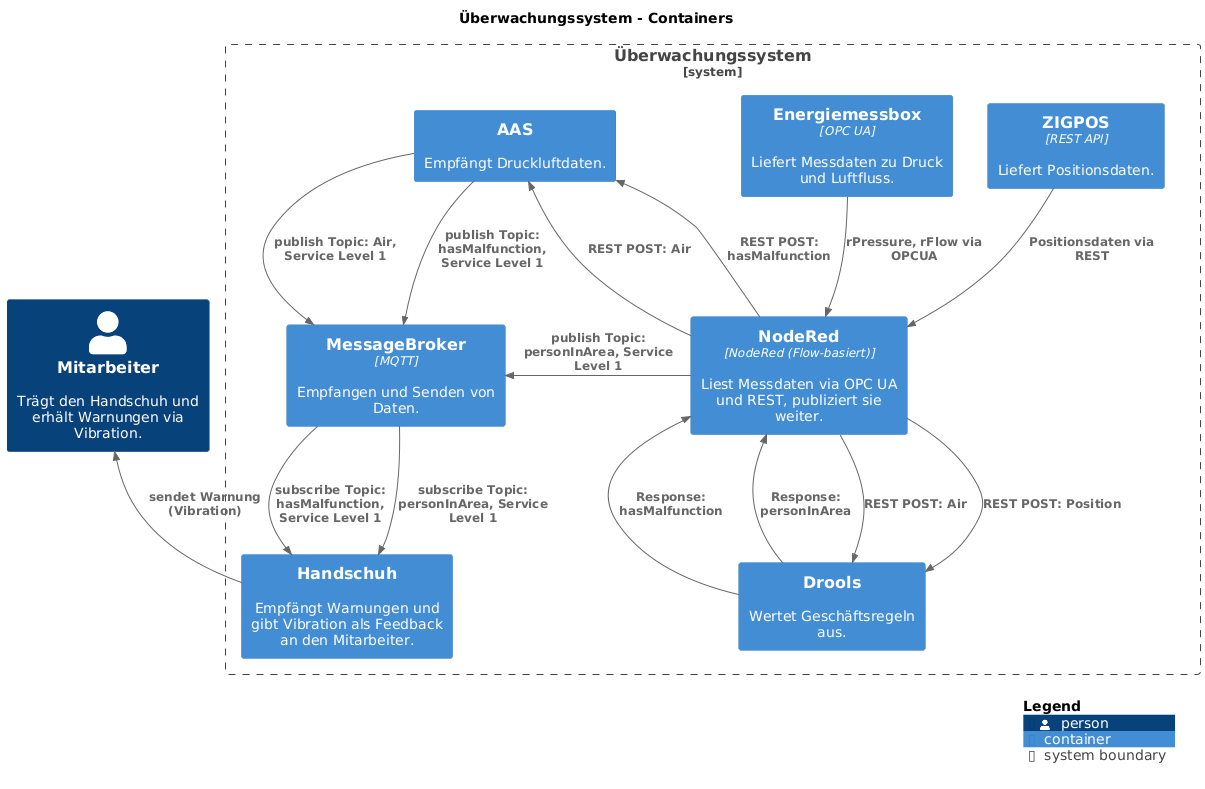
Earlier version of the PlantUML export datenfluss.png (a-schulz/bpa-energiemessbox). Source of this version:
```plantuml
@startuml
set separator none

title Überwachungssystem - Containers

!include <C4/C4>
!include <C4/C4_Context>
!include <C4/C4_Container>

Person(Mitarbeiter, "Mitarbeiter", $descr="Trägt den Handschuh und erhält Warnungen via Vibration.", $tags="", $link="")

System_Boundary("Überwachungssystem_boundary", "Überwachungssystem", $tags="") {
  Container(Überwachungssystem.Energiemessbox, "Energiemessbox", $techn="OPC UA", $descr="Liefert Messdaten zu Druck und Luftfluss.", $tags="", $link="")
  Container(Überwachungssystem.NodeRed, "NodeRed", $techn="NodeRed (Flow-basiert)", $descr="Liest Messdaten via OPC UA und REST, publiziert sie weiter.", $tags="", $link="")
  Container(Überwachungssystem.ZIGPOS, "ZIGPOS", $techn="REST API", $descr="Liefert Positionsdaten.", $tags="", $link="")
  Container(Überwachungssystem.MessageBroker, "MessageBroker", $techn="MQTT", $descr="Empfangen und Senden von Daten.", $tags="", $link="")
  Container(Überwachungssystem.Handschuh, "Handschuh", $techn="", $descr="Empfängt Warnungen und gibt Vibration als Feedback an den Mitarbeiter.", $tags="", $link="")
  Container(Überwachungssystem.AAS, "AAS", $techn="", $descr="Empfängt Druckluftdaten.", $tags="", $link="")
  Container(Überwachungssystem.Drools, "Drools", $techn="", $descr="Wertet Geschäftsregeln aus.", $tags="", $link="")
}

Rel(Überwachungssystem.Energiemessbox, Überwachungssystem.NodeRed, "rPressure, rFlow via OPCUA", $techn="", $tags="", $link="")
Rel(Überwachungssystem.ZIGPOS, Überwachungssystem.NodeRed, "Positionsdaten via REST", $techn="", $tags="", $link="")

Rel(Überwachungssystem.NodeRed, Überwachungssystem.Drools, "REST POST: Air", $techn="", $tags="", $link="")
Rel(Überwachungssystem.Drools, Überwachungssystem.NodeRed, "Response: hasMalfunction", $techn="", $tags="", $link="")

Rel(Überwachungssystem.NodeRed, Überwachungssystem.Drools, "REST POST: Position", $techn="", $tags="", $link="")
Rel(Überwachungssystem.Drools, Überwachungssystem.NodeRed, "Response: personInArea", $techn="", $tags="", $link="")

Rel_L(Überwachungssystem.NodeRed, Überwachungssystem.AAS, "REST POST: Air", $techn="", $tags="", $link="")
Rel_L(Überwachungssystem.NodeRed, Überwachungssystem.AAS, "REST POST: hasMalfunction", $techn="", $tags="", $link="")

Rel_L(Überwachungssystem.NodeRed, Überwachungssystem.MessageBroker, "publish Topic: personInArea, Service Level 1", $techn="", $tags="", $link="")

Rel(Überwachungssystem.AAS, Überwachungssystem.MessageBroker, "publish Topic: Air, Service Level 1", $techn="", $tags="", $link="")
Rel(Überwachungssystem.AAS, Überwachungssystem.MessageBroker, "publish Topic: hasMalfunction, Service Level 1", $techn="", $tags="", $link="")

Rel(Überwachungssystem.MessageBroker, Überwachungssystem.Handschuh, "subscribe Topic: hasMalfunction, Service Level 1", $techn="", $tags="", $link="")
Rel(Überwachungssystem.MessageBroker, Überwachungssystem.Handschuh, "subscribe Topic: personInArea, Service Level 1", $techn="", $tags="", $link="")

Rel_U(Überwachungssystem.Handschuh, Mitarbeiter, "sendet Warnung (Vibration)", $techn="", $tags="", $link="")

SHOW_LEGEND(true)
@enduml
```
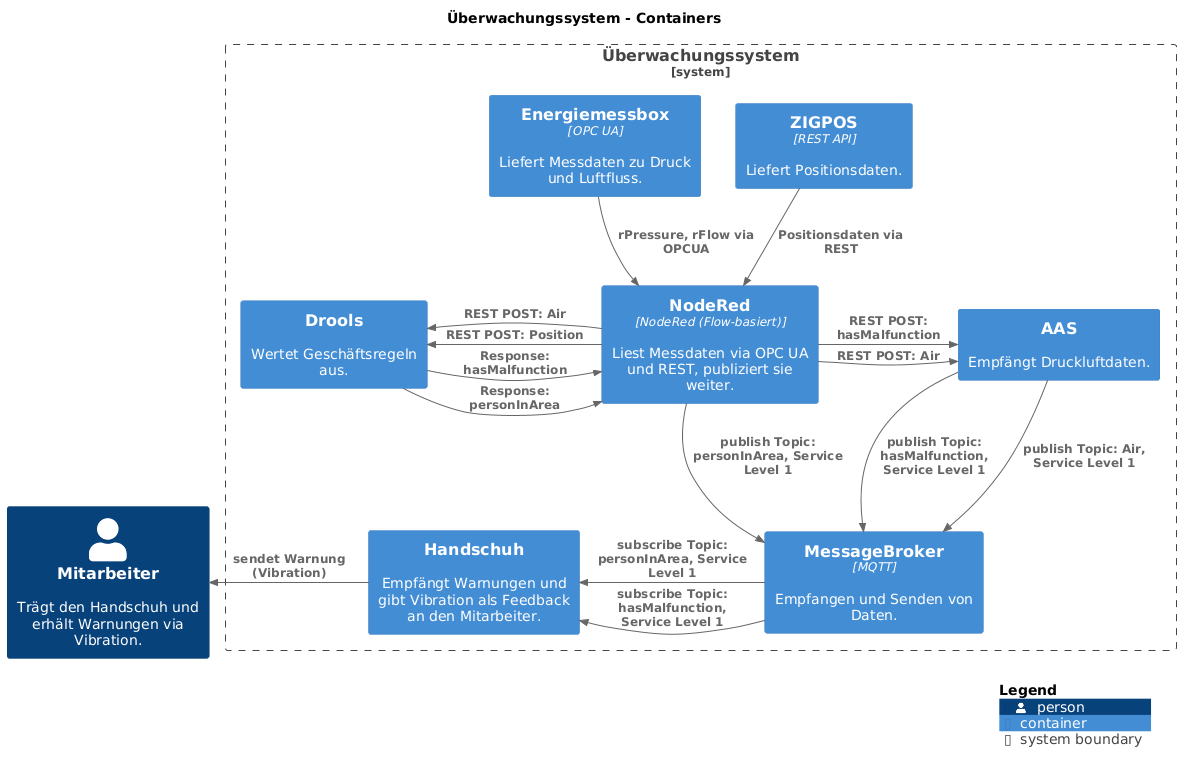
The same file after the commit.

Diff of the diagram source:
```diff
@@ -22,24 +22,24 @@
 Rel(Überwachungssystem.Energiemessbox, Überwachungssystem.NodeRed, "rPressure, rFlow via OPCUA", $techn="", $tags="", $link="")
 Rel(Überwachungssystem.ZIGPOS, Überwachungssystem.NodeRed, "Positionsdaten via REST", $techn="", $tags="", $link="")
 
-Rel(Überwachungssystem.NodeRed, Überwachungssystem.Drools, "REST POST: Air", $techn="", $tags="", $link="")
-Rel(Überwachungssystem.Drools, Überwachungssystem.NodeRed, "Response: hasMalfunction", $techn="", $tags="", $link="")
+Rel_L(Überwachungssystem.NodeRed, Überwachungssystem.Drools, "REST POST: Air", $techn="", $tags="", $link="")
+Rel_R(Überwachungssystem.Drools, Überwachungssystem.NodeRed, "Response: hasMalfunction", $techn="", $tags="", $link="")
 
-Rel(Überwachungssystem.NodeRed, Überwachungssystem.Drools, "REST POST: Position", $techn="", $tags="", $link="")
-Rel(Überwachungssystem.Drools, Überwachungssystem.NodeRed, "Response: personInArea", $techn="", $tags="", $link="")
+Rel_L(Überwachungssystem.NodeRed, Überwachungssystem.Drools, "REST POST: Position", $techn="", $tags="", $link="")
+Rel_R(Überwachungssystem.Drools, Überwachungssystem.NodeRed, "Response: personInArea", $techn="", $tags="", $link="")
 
-Rel_L(Überwachungssystem.NodeRed, Überwachungssystem.AAS, "REST POST: Air", $techn="", $tags="", $link="")
+Rel_R(Überwachungssystem.NodeRed, Überwachungssystem.AAS, "REST POST: Air", $techn="", $tags="", $link="")
 Rel_L(Überwachungssystem.NodeRed, Überwachungssystem.AAS, "REST POST: hasMalfunction", $techn="", $tags="", $link="")
 
-Rel_L(Überwachungssystem.NodeRed, Überwachungssystem.MessageBroker, "publish Topic: personInArea, Service Level 1", $techn="", $tags="", $link="")
+Rel(Überwachungssystem.NodeRed, Überwachungssystem.MessageBroker, "publish Topic: personInArea, Service Level 1", $techn="", $tags="", $link="")
 
 Rel(Überwachungssystem.AAS, Überwachungssystem.MessageBroker, "publish Topic: Air, Service Level 1", $techn="", $tags="", $link="")
 Rel(Überwachungssystem.AAS, Überwachungssystem.MessageBroker, "publish Topic: hasMalfunction, Service Level 1", $techn="", $tags="", $link="")
 
-Rel(Überwachungssystem.MessageBroker, Überwachungssystem.Handschuh, "subscribe Topic: hasMalfunction, Service Level 1", $techn="", $tags="", $link="")
-Rel(Überwachungssystem.MessageBroker, Überwachungssystem.Handschuh, "subscribe Topic: personInArea, Service Level 1", $techn="", $tags="", $link="")
+Rel_L(Überwachungssystem.MessageBroker, Überwachungssystem.Handschuh, "subscribe Topic: hasMalfunction, Service Level 1", $techn="", $tags="", $link="")
+Rel_L(Überwachungssystem.MessageBroker, Überwachungssystem.Handschuh, "subscribe Topic: personInArea, Service Level 1", $techn="", $tags="", $link="")
 
-Rel_U(Überwachungssystem.Handschuh, Mitarbeiter, "sendet Warnung (Vibration)", $techn="", $tags="", $link="")
+Rel_L(Überwachungssystem.Handschuh, Mitarbeiter, "sendet Warnung (Vibration)", $techn="", $tags="", $link="")
 
 SHOW_LEGEND(true)
 @enduml
```
